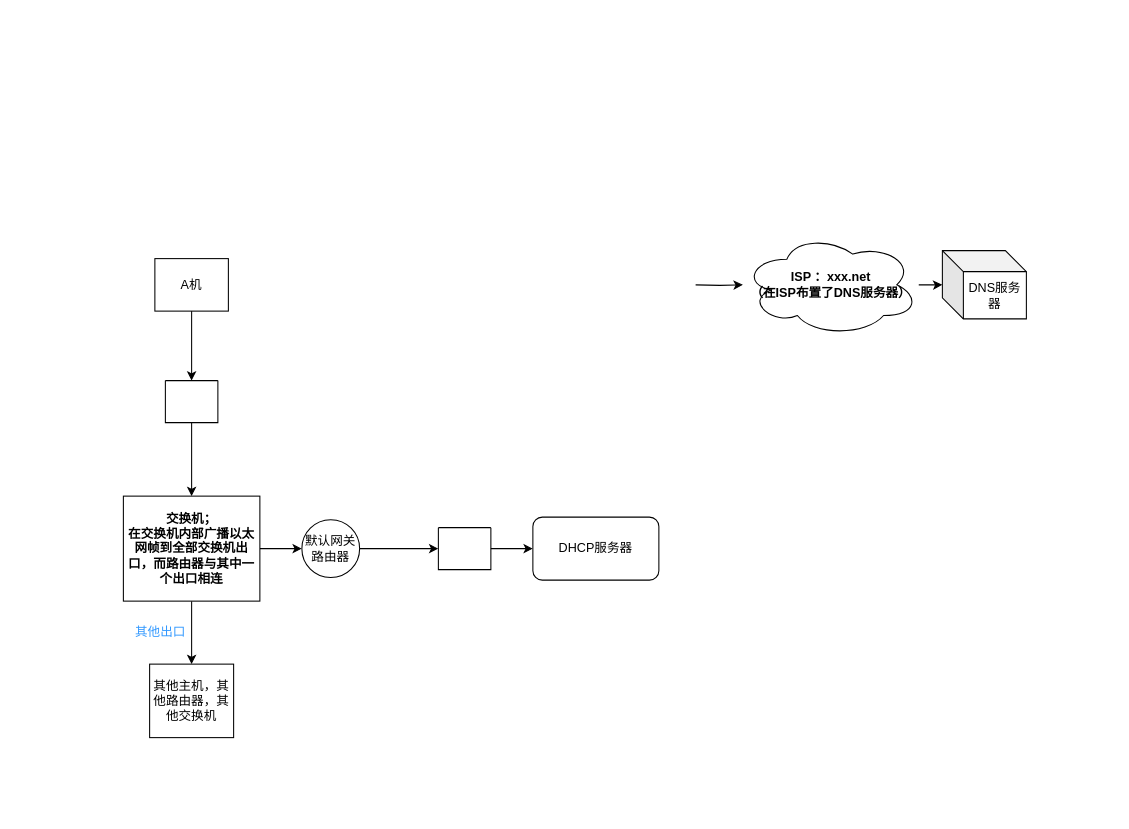
The draw.io diagram 未命名绘图.drawio in ABHCYL/mindpiture, before the edit. Source tidied: cells renumbered, new cells numbered last; positions are measured from the earlier drawing's top-left corner, leaving out a move shared by most shapes. Both pictures are drawn from the tidied source at 105%, with x=0, y=0 at pixel (123, 233).
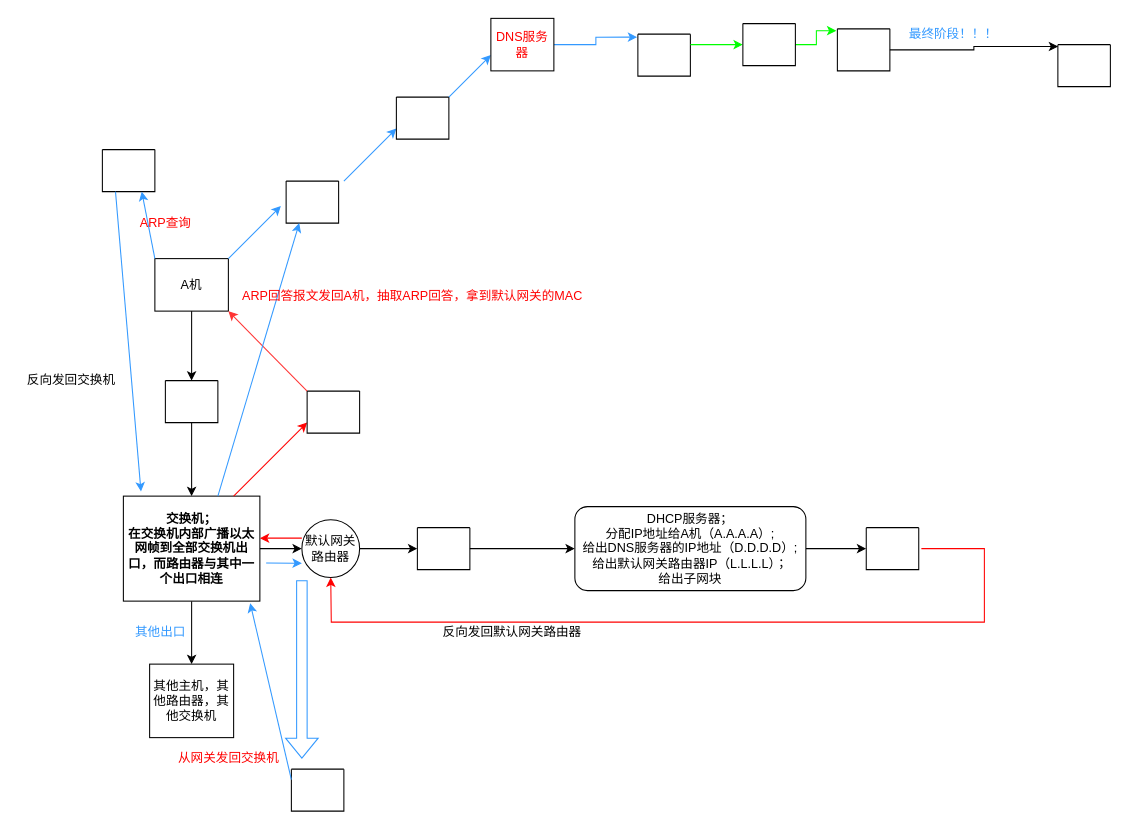
The same diagram, later.

Commit message:
协议栈流程.drawio

The change refers to these unchanged cells:
```xml
<mxCell id="3" value="A机" style="rounded=0;whiteSpace=wrap;html=1;" parent="1" vertex="1">
  <mxGeometry x="30" y="23.8" width="70" height="50" as="geometry" />
</mxCell>
<mxCell id="12" value="交换机；&lt;br&gt;在交换机内部广播以太网帧到全部交换机出口，而路由器与其中一个出口相连" style="whiteSpace=wrap;html=1;fontStyle=1;startSize=0;" parent="1" vertex="1">
  <mxGeometry y="250" width="130" height="100" as="geometry" />
</mxCell>
<mxCell id="16" value="默认网关路由器" style="ellipse;whiteSpace=wrap;html=1;rounded=0;" parent="1" vertex="1">
  <mxGeometry x="170" y="272.5" width="55" height="55" as="geometry" />
</mxCell>
```

The edit, as a diff of the source:
```diff
@@
-    <mxCell id="4" style="edgeStyle=orthogonalEdgeStyle;rounded=0;jettySize=auto;html=1;" parent="1" edge="1" target="6">
-      <mxGeometry relative="1" as="geometry">
-        <mxPoint x="545" y="48.8" as="sourcePoint" />
-      </mxGeometry>
-    </mxCell>
-    <mxCell id="5" style="edgeStyle=orthogonalEdgeStyle;rounded=0;jettySize=auto;html=1;" parent="1" edge="1" source="6" target="7">
-      <mxGeometry relative="1" as="geometry" />
-    </mxCell>
-    <mxCell id="6" value="&lt;b&gt;ISP ：xxx.net&lt;br&gt;（在ISP布置了DNS服务器）&lt;br&gt;&lt;/b&gt;" style="ellipse;shape=cloud;whiteSpace=wrap;html=1;rounded=0;" parent="1" vertex="1">
-      <mxGeometry x="590" width="167.5" height="97.5" as="geometry" />
-    </mxCell>
-    <mxCell id="7" value="DNS服务器" style="shape=cube;whiteSpace=wrap;html=1;boundedLbl=1;backgroundOutline=1;darkOpacity=0.05;darkOpacity2=0.1;" parent="1" vertex="1">
-      <mxGeometry x="780" y="16.2" width="80" height="65" as="geometry" />
-    </mxCell>
@@
     <mxCell id="18" style="swimlane;startSize=0;" parent="1" vertex="1" collapsed="1">
-      <mxGeometry x="300" y="280" width="50" height="40" as="geometry" />
+      <mxGeometry x="280" y="280" width="50" height="40" as="geometry" />
     </mxCell>
+    <mxCell id="20" style="edgeStyle=orthogonalEdgeStyle;rounded=0;jettySize=auto;html=1;entryX=0;entryY=0.5;entryDx=0;entryDy=0;fontColor=#000000;" parent="1" edge="1" source="19" target="21">
+      <mxGeometry relative="1" as="geometry" />
+    </mxCell>
-    <mxCell id="19" value="DHCP服务器" style="whiteSpace=wrap;html=1;fontColor=#000000;rounded=1;" parent="1" vertex="1">
-      <mxGeometry x="390" y="270" width="120" height="60" as="geometry" />
+    <mxCell id="19" value="DHCP服务器；&lt;br&gt;分配IP地址给A机（A.A.A.A）;&lt;br&gt;给出DNS服务器的IP地址（D.D.D.D）;&lt;br&gt;给出默认网关路由器IP（L.L.L.L）；&lt;br&gt;给出子网块" style="whiteSpace=wrap;html=1;fontColor=#000000;rounded=1;" parent="1" vertex="1">
+      <mxGeometry x="430" y="260" width="220" height="80" as="geometry" />
     </mxCell>
+    <mxCell id="21" style="swimlane;startSize=0;" parent="1" vertex="1" collapsed="1">
+      <mxGeometry x="707.5" y="280" width="50" height="40" as="geometry" />
+    </mxCell>
+    <mxCell id="22" style="endArrow=classic;html=1;rounded=0;fontColor=#000000;entryX=0.5;entryY=1;entryDx=0;entryDy=0;strokeColor=#FF0000;" parent="1" edge="1" target="16">
+      <mxGeometry relative="1" as="geometry">
+        <mxPoint x="760" y="300" as="sourcePoint" />
+        <Array as="points">
+          <mxPoint x="820" y="300" />
+          <mxPoint x="820" y="370" />
+          <mxPoint x="198" y="370" />
+        </Array>
+      </mxGeometry>
+    </mxCell>
+    <mxCell id="23" value="反向发回默认网关路由器" style="text;html=1;align=center;verticalAlign=middle;strokeColor=none;fillColor=none;fontColor=#000000;" parent="1" vertex="1">
+      <mxGeometry x="295" y="370" width="150" height="20" as="geometry" />
+    </mxCell>
+    <mxCell id="24" style="endArrow=classic;html=1;rounded=0;fontColor=#000000;strokeColor=#FF0000;" parent="1" edge="1">
+      <mxGeometry relative="1" as="geometry">
+        <mxPoint x="170" y="290" as="sourcePoint" />
+        <mxPoint x="130" y="290" as="targetPoint" />
+        <Array as="points">
+          <mxPoint x="150" y="290" />
+        </Array>
+      </mxGeometry>
+    </mxCell>
+    <mxCell id="25" value="反向发回交换机" style="text;html=1;align=center;verticalAlign=middle;strokeColor=none;fillColor=none;fontColor=#000000;" parent="1" vertex="1">
+      <mxGeometry x="-100" y="130" width="100" height="20" as="geometry" />
+    </mxCell>
+    <mxCell id="26" style="endArrow=classic;html=1;rounded=0;fontColor=#FF0000;strokeColor=#FF0000;entryX=0.5;entryY=1;entryDx=0;entryDy=0;" parent="1" edge="1">
+      <mxGeometry relative="1" as="geometry">
+        <mxPoint x="105" y="250" as="sourcePoint" />
+        <mxPoint x="175" y="180" as="targetPoint" />
+      </mxGeometry>
+    </mxCell>
+    <mxCell id="27" style="swimlane;startSize=0;" parent="1" vertex="1" collapsed="1">
+      <mxGeometry x="175" y="150" width="50" height="40" as="geometry" />
+    </mxCell>
+    <mxCell id="28" style="endArrow=classic;html=1;rounded=0;fontColor=#FF0000;strokeColor=#FF3333;entryX=1;entryY=1;entryDx=0;entryDy=0;" parent="1" edge="1" target="3">
+      <mxGeometry relative="1" as="geometry">
+        <mxPoint x="175" y="150" as="sourcePoint" />
+      </mxGeometry>
+    </mxCell>
+    <mxCell id="29" style="endArrow=classic;html=1;rounded=0;fontColor=#FF0000;strokeColor=#3399FF;" parent="1" edge="1">
+      <mxGeometry relative="1" as="geometry">
+        <mxPoint x="100" y="23.8" as="sourcePoint" />
+        <mxPoint x="150" y="-26.2" as="targetPoint" />
+      </mxGeometry>
+    </mxCell>
+    <mxCell id="30" style="swimlane;startSize=0;" parent="1" vertex="1" collapsed="1">
+      <mxGeometry x="155" y="-50" width="50" height="40" as="geometry" />
+    </mxCell>
+    <mxCell id="31" style="swimlane;startSize=0;" parent="1" vertex="1" collapsed="1">
+      <mxGeometry x="-20" y="-80" width="50" height="40" as="geometry" />
+    </mxCell>
+    <mxCell id="32" value="ARP查询" style="text;html=1;align=center;verticalAlign=middle;strokeColor=none;fillColor=none;fontColor=#FF0000;" parent="1" vertex="1">
+      <mxGeometry x="10" y="-20" width="60" height="20" as="geometry" />
+    </mxCell>
+    <mxCell id="33" style="endArrow=classic;html=1;rounded=0;fontColor=#FF0000;strokeColor=#3399FF;exitX=1.046;exitY=0.636;exitDx=0;exitDy=0;exitPerimeter=0;" parent="1" edge="1" source="12">
+      <mxGeometry relative="1" as="geometry">
+        <mxPoint x="170" y="314" as="targetPoint" />
+      </mxGeometry>
+    </mxCell>
+    <mxCell id="34" style="shape=flexArrow;endArrow=classic;html=1;rounded=0;fontColor=#FF0000;strokeColor=#3399FF;" parent="1" edge="1">
+      <mxGeometry relative="1" as="geometry">
+        <mxPoint x="170" y="330" as="sourcePoint" />
+        <mxPoint x="170" y="500" as="targetPoint" />
+      </mxGeometry>
+    </mxCell>
+    <mxCell id="35" style="swimlane;startSize=0;" parent="1" vertex="1" collapsed="1">
+      <mxGeometry x="160" y="510" width="50" height="40" as="geometry" />
+    </mxCell>
+    <mxCell id="36" style="endArrow=classic;html=1;rounded=0;fontColor=#FF0000;strokeColor=#3399FF;exitX=0;exitY=0.25;exitDx=0;exitDy=0;entryX=0.929;entryY=1.02;entryDx=0;entryDy=0;entryPerimeter=0;" parent="1" edge="1" source="35" target="12">
+      <mxGeometry relative="1" as="geometry" />
+    </mxCell>
+    <mxCell id="37" value="从网关发回交换机" style="text;html=1;align=center;verticalAlign=middle;strokeColor=none;fillColor=none;fontColor=#FF0000;" parent="1" vertex="1">
+      <mxGeometry x="45" y="490" width="110" height="20" as="geometry" />
+    </mxCell>
+    <mxCell id="38" style="endArrow=classic;html=1;rounded=0;fontColor=#FF0000;strokeColor=#3399FF;entryX=0.75;entryY=1;entryDx=0;entryDy=0;" parent="1" edge="1" target="31">
+      <mxGeometry relative="1" as="geometry">
+        <mxPoint x="30" y="23.8" as="sourcePoint" />
+      </mxGeometry>
+    </mxCell>
+    <mxCell id="39" style="endArrow=classic;html=1;rounded=0;fontColor=#FF0000;strokeColor=#3399FF;entryX=0.129;entryY=-0.044;entryDx=0;entryDy=0;entryPerimeter=0;exitX=0.25;exitY=1;exitDx=0;exitDy=0;" parent="1" edge="1" source="31" target="12">
+      <mxGeometry relative="1" as="geometry" />
+    </mxCell>
+    <mxCell id="40" style="endArrow=classic;html=1;rounded=0;fontColor=#FF0000;strokeColor=#3399FF;entryX=0.25;entryY=1;entryDx=0;entryDy=0;" parent="1" edge="1" target="30">
+      <mxGeometry relative="1" as="geometry">
+        <mxPoint x="90" y="250" as="sourcePoint" />
+      </mxGeometry>
+    </mxCell>
+    <mxCell id="41" value="ARP回答报文发回A机，抽取ARP回答，拿到默认网关的MAC" style="text;html=1;align=center;verticalAlign=middle;strokeColor=none;fillColor=none;fontColor=#FF0000;" parent="1" vertex="1">
+      <mxGeometry x="105" y="50" width="340" height="20" as="geometry" />
+    </mxCell>
+    <mxCell id="42" style="endArrow=classic;html=1;rounded=0;fontColor=#FF0000;strokeColor=#3399FF;" parent="1" edge="1">
+      <mxGeometry relative="1" as="geometry">
+        <mxPoint x="210" y="-50" as="sourcePoint" />
+        <mxPoint x="260" y="-100" as="targetPoint" />
+      </mxGeometry>
+    </mxCell>
+    <mxCell id="43" style="swimlane;startSize=0;" parent="1" vertex="1" collapsed="1">
+      <mxGeometry x="260" y="-130" width="50" height="40" as="geometry" />
+    </mxCell>
+    <mxCell id="44" style="endArrow=classic;html=1;rounded=0;fontColor=#FF0000;strokeColor=#3399FF;" parent="1" edge="1">
+      <mxGeometry relative="1" as="geometry">
+        <mxPoint x="310" y="-130" as="sourcePoint" />
+        <mxPoint x="350" y="-170" as="targetPoint" />
+      </mxGeometry>
+    </mxCell>
+    <mxCell id="45" style="edgeStyle=orthogonalEdgeStyle;rounded=0;jettySize=auto;html=1;fontColor=#FF0000;strokeColor=#3399FF;entryX=-0.012;entryY=0.072;entryDx=0;entryDy=0;entryPerimeter=0;" parent="1" edge="1" source="7" target="46">
+      <mxGeometry relative="1" as="geometry" />
+    </mxCell>
+    <mxCell id="7" value="DNS服务器" style="rounded=0;whiteSpace=wrap;html=1;fontColor=#FF0000;" parent="1" vertex="1">
+      <mxGeometry x="350" y="-205" width="60" height="50" as="geometry" />
+    </mxCell>
+    <mxCell id="46" style="swimlane;startSize=0;" parent="1" vertex="1" collapsed="1">
+      <mxGeometry x="490" y="-190" width="50" height="40" as="geometry" />
+    </mxCell>
+    <mxCell id="47" style="endArrow=classic;html=1;rounded=0;fontColor=#3399FF;strokeColor=#00FF00;" parent="1" edge="1">
+      <mxGeometry relative="1" as="geometry">
+        <mxPoint x="540" y="-180" as="sourcePoint" />
+        <mxPoint x="590" y="-180" as="targetPoint" />
+      </mxGeometry>
+    </mxCell>
+    <mxCell id="48" style="edgeStyle=orthogonalEdgeStyle;rounded=0;jettySize=auto;html=1;fontColor=#3399FF;strokeColor=#00FF00;entryX=-0.019;entryY=0.043;entryDx=0;entryDy=0;entryPerimeter=0;" parent="1" edge="1" source="49" target="51">
+      <mxGeometry relative="1" as="geometry" />
+    </mxCell>
+    <mxCell id="49" style="swimlane;startSize=0;" parent="1" vertex="1" collapsed="1">
+      <mxGeometry x="590" y="-200" width="50" height="40" as="geometry" />
+    </mxCell>
+    <mxCell id="50" style="edgeStyle=orthogonalEdgeStyle;rounded=0;jettySize=auto;html=1;fontColor=#3399FF;strokeColor=#000000;entryX=0.006;entryY=0.045;entryDx=0;entryDy=0;entryPerimeter=0;" parent="1" edge="1" source="51" target="52">
+      <mxGeometry relative="1" as="geometry" />
+    </mxCell>
+    <mxCell id="51" style="swimlane;startSize=0;" parent="1" vertex="1" collapsed="1">
+      <mxGeometry x="680" y="-195" width="50" height="40" as="geometry" />
+    </mxCell>
+    <mxCell id="52" style="swimlane;startSize=0;" parent="1" vertex="1" collapsed="1">
+      <mxGeometry x="890" y="-180" width="50" height="40" as="geometry" />
+    </mxCell>
+    <mxCell id="53" value="最终阶段！！！" style="text;html=1;align=center;verticalAlign=middle;strokeColor=none;fillColor=none;fontColor=#3399FF;" parent="1" vertex="1">
+      <mxGeometry x="740" y="-200" width="100" height="20" as="geometry" />
+    </mxCell>
```
